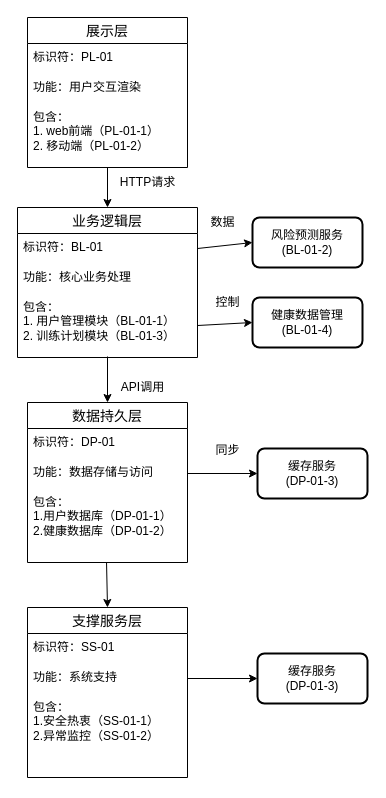
wildpointer160422/draw keeps this draw.io diagram as 框图2.drawio. Above is the earlier version. Source tidied: cells renumbered, new cells numbered last; positions are measured from the earlier drawing's top-left corner, leaving out a move shared by most shapes. Both pictures are drawn from the tidied source at 100%, with x=0, y=0 at pixel (17, 17).
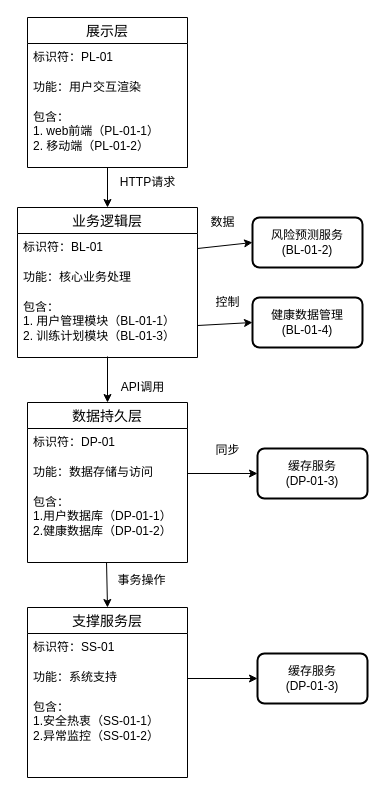
The same diagram, later.

The edit, as a diff of the source:
```diff
@@
+    <mxCell id="34" value="事务操作" style="text;html=1;align=center;verticalAlign=middle;strokeColor=none;fillColor=none;" parent="1" vertex="1">
+      <mxGeometry x="91" y="550" width="66" height="26" as="geometry" />
+    </mxCell>
```
